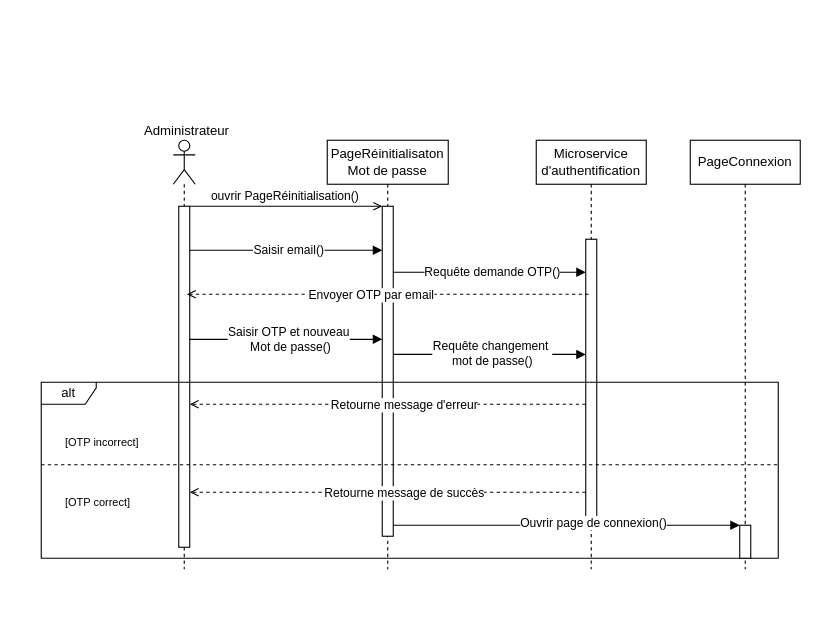
Before: page "DS-2-RECUPERATION MOT DE PASSE" (6 of 7) of Diagramme cas d'utiilisation katina.drawio in kbvac/Diagramme-UML, a draw.io diagram. Source tidied: cells renumbered, new cells numbered last; positions are measured from the earlier drawing's top-left corner, leaving out a move shared by most shapes. Both pictures are drawn from the tidied source at 110%, with x=0, y=0 at pixel (41, 114).
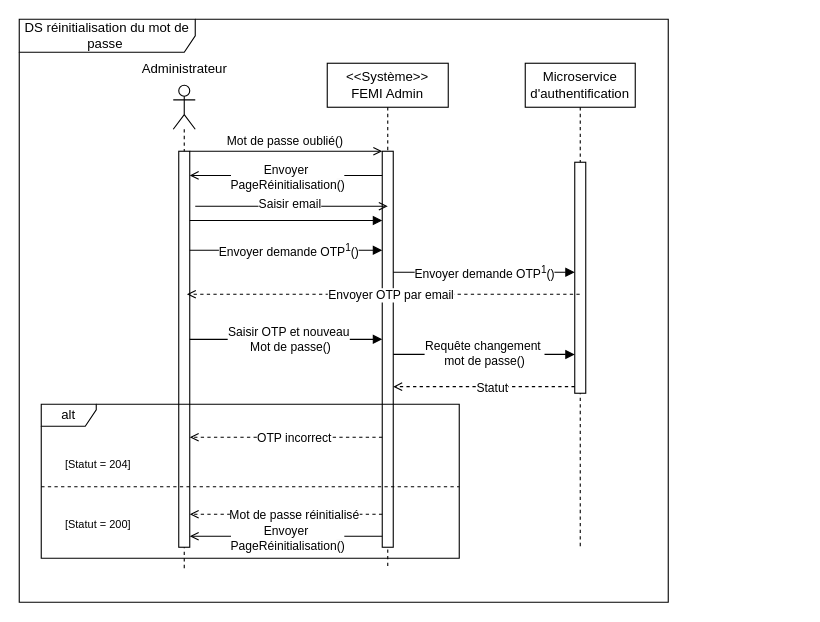
After the change.

What changed in the source:
```diff
@@
-    <mxCell id="2" value="PageRéinitialisaton&lt;br&gt;Mot de passe" style="shape=umlLifeline;perimeter=lifelinePerimeter;whiteSpace=wrap;html=1;newEdgeStyle={&quot;edgeStyle&quot;:&quot;elbowEdgeStyle&quot;,&quot;elbow&quot;:&quot;vertical&quot;,&quot;curved&quot;:0,&quot;rounded&quot;:0};" parent="1" vertex="1">
-      <mxGeometry x="260" y="23" width="110" height="390" as="geometry" />
+    <mxCell id="2" value="&amp;lt;&amp;lt;Système&amp;gt;&amp;gt;&lt;br style=&quot;border-color: var(--border-color);&quot;&gt;FEMI Admin" style="shape=umlLifeline;perimeter=lifelinePerimeter;whiteSpace=wrap;html=1;newEdgeStyle={&quot;edgeStyle&quot;:&quot;elbowEdgeStyle&quot;,&quot;elbow&quot;:&quot;vertical&quot;,&quot;curved&quot;:0,&quot;rounded&quot;:0};" parent="1" vertex="1">
+      <mxGeometry x="260" y="-47" width="110" height="460" as="geometry" />
     </mxCell>
     <mxCell id="3" style="html=1;points=[[0,0,0,0,5],[0,1,0,0,-5],[1,0,0,0,5],[1,1,0,0,-5]];perimeter=orthogonalPerimeter;outlineConnect=0;targetShapes=umlLifeline;portConstraint=eastwest;newEdgeStyle={&quot;curved&quot;:0,&quot;rounded&quot;:0};" parent="2" vertex="1">
-      <mxGeometry x="50" y="60" width="10" height="300" as="geometry" />
+      <mxGeometry x="50" y="80" width="10" height="360" as="geometry" />
     </mxCell>
     <mxCell id="4" style="shape=umlLifeline;perimeter=lifelinePerimeter;whiteSpace=wrap;html=1;newEdgeStyle={&quot;curved&quot;:0,&quot;rounded&quot;:0};participant=umlActor;" parent="1" vertex="1">
-      <mxGeometry x="120" y="23" width="20" height="390" as="geometry" />
+      <mxGeometry x="120" y="-27" width="20" height="440" as="geometry" />
     </mxCell>
     <mxCell id="5" style="html=1;points=[[0,0,0,0,5],[0,1,0,0,-5],[1,0,0,0,5],[1,1,0,0,-5]];perimeter=orthogonalPerimeter;outlineConnect=0;targetShapes=umlLifeline;portConstraint=eastwest;newEdgeStyle={&quot;curved&quot;:0,&quot;rounded&quot;:0};" parent="4" vertex="1">
-      <mxGeometry x="5" y="60" width="10" height="310" as="geometry" />
+      <mxGeometry x="5" y="60" width="10" height="360" as="geometry" />
     </mxCell>
-    <mxCell id="6" value="ouvrir PageRéinitialisation()&amp;nbsp;" style="html=1;verticalAlign=bottom;labelBackgroundColor=none;endArrow=open;endFill=0;rounded=0;" parent="1" edge="1" target="3">
+    <mxCell id="6" value="Mot de passe oublié()&amp;nbsp;" style="html=1;verticalAlign=bottom;labelBackgroundColor=none;endArrow=open;endFill=0;rounded=0;" parent="1" edge="1">
       <mxGeometry relative="1" as="geometry">
-        <mxPoint x="135" y="83" as="sourcePoint" />
+        <mxPoint x="135" y="33" as="sourcePoint" />
+        <mxPoint x="310" y="33" as="targetPoint" />
       </mxGeometry>
     </mxCell>
-    <mxCell id="7" style="html=1;verticalAlign=bottom;labelBackgroundColor=none;endArrow=block;endFill=1;rounded=0;" parent="1" edge="1" source="5" target="3">
+    <mxCell id="7" style="html=1;verticalAlign=bottom;labelBackgroundColor=none;endArrow=block;endFill=1;rounded=0;" parent="1" edge="1">
       <mxGeometry relative="1" as="geometry">
+        <mxPoint x="135" y="96" as="sourcePoint" />
+        <mxPoint x="310" y="96" as="targetPoint" />
         <Array as="points">
-          <mxPoint x="230" y="123" />
-          <mxPoint x="270" y="123" />
+          <mxPoint x="230" y="96" />
+          <mxPoint x="270" y="96" />
         </Array>
       </mxGeometry>
     </mxCell>
-    <mxCell id="8" value="Saisir email()" style="edgeLabel;html=1;align=center;verticalAlign=middle;" parent="7" vertex="1">
-      <mxGeometry x="0.24" y="1" relative="1" as="geometry">
-        <mxPoint x="-20" as="offset" />
-      </mxGeometry>
-    </mxCell>
     <mxCell id="9" value="Microservice d'authentification" style="shape=umlLifeline;perimeter=lifelinePerimeter;whiteSpace=wrap;html=1;outlineConnect=0;portConstraint=eastwest;newEdgeStyle={&quot;edgeStyle&quot;:&quot;elbowEdgeStyle&quot;,&quot;elbow&quot;:&quot;vertical&quot;,&quot;curved&quot;:0,&quot;rounded&quot;:0};" parent="1" vertex="1">
-      <mxGeometry x="450" y="23" width="100" height="390" as="geometry" />
+      <mxGeometry x="440" y="-47" width="100" height="440" as="geometry" />
     </mxCell>
     <mxCell id="10" style="html=1;points=[[0,0,0,0,5],[0,1,0,0,-5],[1,0,0,0,5],[1,1,0,0,-5]];perimeter=orthogonalPerimeter;outlineConnect=0;targetShapes=umlLifeline;portConstraint=eastwest;newEdgeStyle={&quot;curved&quot;:0,&quot;rounded&quot;:0};" parent="9" vertex="1">
-      <mxGeometry x="45" y="90" width="10" height="260" as="geometry" />
+      <mxGeometry x="45" y="90" width="10" height="210" as="geometry" />
     </mxCell>
     <mxCell id="11" value="alt" style="shape=umlFrame;whiteSpace=wrap;html=1;width=50;height=20;" parent="1" vertex="1">
-      <mxGeometry y="243" width="670" height="160" as="geometry" />
+      <mxGeometry y="263" width="380" height="140" as="geometry" />
     </mxCell>
-    <mxCell id="12" value="&lt;font style=&quot;font-size: 10px;&quot;&gt;[OTP incorrect]&lt;/font&gt;" style="text;html=1;" parent="11" vertex="1">
+    <mxCell id="12" value="&lt;font style=&quot;font-size: 10px;&quot;&gt;[Statut = 204]&lt;/font&gt;" style="text;html=1;" parent="11" vertex="1">
       <mxGeometry width="100" height="20" relative="1" as="geometry">
         <mxPoint x="20" y="40" as="offset" />
       </mxGeometry>
     </mxCell>
-    <mxCell id="13" value="&lt;font style=&quot;font-size: 10px;&quot;&gt;[OTP correct]&lt;/font&gt;" style="line;strokeWidth=1;dashed=1;labelPosition=center;verticalLabelPosition=bottom;align=left;verticalAlign=top;spacingLeft=20;spacingTop=15;html=1;whiteSpace=wrap;" parent="11" vertex="1">
-      <mxGeometry y="70" width="670" height="10" as="geometry" />
+    <mxCell id="13" value="&lt;font style=&quot;font-size: 10px;&quot;&gt;[Statut = 200]&lt;/font&gt;" style="line;strokeWidth=1;dashed=1;labelPosition=center;verticalLabelPosition=bottom;align=left;verticalAlign=top;spacingLeft=20;spacingTop=15;html=1;whiteSpace=wrap;" parent="11" vertex="1">
+      <mxGeometry y="70" width="380" height="10" as="geometry" />
     </mxCell>
-    <mxCell id="14" style="html=1;verticalAlign=bottom;labelBackgroundColor=none;endArrow=open;endFill=0;dashed=1;rounded=0;" parent="11" edge="1" source="10">
+    <mxCell id="14" style="html=1;verticalAlign=bottom;labelBackgroundColor=none;endArrow=open;endFill=0;dashed=1;rounded=0;" parent="11" edge="1" source="3">
       <mxGeometry relative="1" as="geometry">
         <mxPoint x="135" y="100" as="targetPoint" />
       </mxGeometry>
     </mxCell>
-    <mxCell id="15" value="Retourne message de succès" style="edgeLabel;html=1;align=center;verticalAlign=middle;" parent="14" vertex="1">
+    <mxCell id="15" value="Mot de passe réinitialisé" style="edgeLabel;html=1;align=center;verticalAlign=middle;" parent="14" vertex="1">
       <mxGeometry x="-0.08" relative="1" as="geometry" />
     </mxCell>
-    <mxCell id="16" style="html=1;verticalAlign=bottom;labelBackgroundColor=none;endArrow=block;endFill=1;rounded=0;" parent="11" edge="1" target="21">
-      <mxGeometry relative="1" as="geometry">
-        <mxPoint x="320" y="130" as="sourcePoint" />
-      </mxGeometry>
-    </mxCell>
-    <mxCell id="17" value="Ouvrir page de connexion()" style="edgeLabel;html=1;align=center;verticalAlign=middle;" parent="16" vertex="1">
-      <mxGeometry x="0.15" y="3" relative="1" as="geometry" />
-    </mxCell>
     <mxCell id="18" style="html=1;verticalAlign=bottom;labelBackgroundColor=none;endArrow=open;endFill=0;dashed=1;rounded=0;" parent="11" edge="1">
       <mxGeometry relative="1" as="geometry">
-        <mxPoint x="495" y="20" as="sourcePoint" />
-        <mxPoint x="135" y="20" as="targetPoint" />
+        <mxPoint x="310" y="30" as="sourcePoint" />
+        <mxPoint x="135" y="30" as="targetPoint" />
         <Array as="points">
-          <mxPoint x="310" y="20" />
+          <mxPoint x="310" y="30" />
         </Array>
       </mxGeometry>
     </mxCell>
-    <mxCell id="19" value="Retourne message d'erreur" style="edgeLabel;html=1;align=center;verticalAlign=middle;" parent="18" vertex="1">
+    <mxCell id="19" value="OTP incorrect" style="edgeLabel;html=1;align=center;verticalAlign=middle;" parent="18" vertex="1">
       <mxGeometry x="-0.08" relative="1" as="geometry" />
     </mxCell>
-    <mxCell id="20" value="PageConnexion" style="shape=umlLifeline;perimeter=lifelinePerimeter;whiteSpace=wrap;html=1;newEdgeStyle={&quot;edgeStyle&quot;:&quot;elbowEdgeStyle&quot;,&quot;elbow&quot;:&quot;vertical&quot;,&quot;curved&quot;:0,&quot;rounded&quot;:0};" parent="1" vertex="1">
-      <mxGeometry x="590" y="23" width="100" height="390" as="geometry" />
-    </mxCell>
-    <mxCell id="21" style="html=1;points=[[0,0,0,0,5],[0,1,0,0,-5],[1,0,0,0,5],[1,1,0,0,-5]];perimeter=orthogonalPerimeter;outlineConnect=0;targetShapes=umlLifeline;portConstraint=eastwest;newEdgeStyle={&quot;curved&quot;:0,&quot;rounded&quot;:0};" parent="20" vertex="1">
-      <mxGeometry x="45" y="350" width="10" height="30" as="geometry" />
-    </mxCell>
-    <mxCell id="22" style="html=1;verticalAlign=bottom;labelBackgroundColor=none;endArrow=block;endFill=1;rounded=0;" parent="1" edge="1" source="3" target="10">
-      <mxGeometry relative="1" as="geometry">
-        <Array as="points">
-          <mxPoint x="415" y="143" />
-          <mxPoint x="455" y="143" />
-        </Array>
-      </mxGeometry>
-    </mxCell>
-    <mxCell id="23" value="Requête demande OTP()" style="edgeLabel;html=1;align=center;verticalAlign=middle;" parent="22" vertex="1">
-      <mxGeometry x="0.24" y="1" relative="1" as="geometry">
-        <mxPoint x="-20" as="offset" />
-      </mxGeometry>
-    </mxCell>
+    <mxCell id="31" style="html=1;verticalAlign=bottom;labelBackgroundColor=none;endArrow=open;endFill=0;rounded=0;" parent="11" edge="1">
+      <mxGeometry x="-0.12" y="5" relative="1" as="geometry">
+        <mxPoint x="310" y="120" as="sourcePoint" />
+        <mxPoint x="135" y="120" as="targetPoint" />
+      </mxGeometry>
+    </mxCell>
+    <mxCell id="32" value="Envoyer&amp;nbsp;&lt;br&gt;PageRéinitialisation&lt;span style=&quot;background-color: rgb(251, 251, 251);&quot;&gt;()&lt;/span&gt;" style="edgeLabel;html=1;align=center;verticalAlign=middle;" parent="31" vertex="1">
+      <mxGeometry x="-0.09" y="1" relative="1" as="geometry">
+        <mxPoint x="-7" as="offset" />
+      </mxGeometry>
+    </mxCell>
-    <mxCell id="24" style="html=1;verticalAlign=bottom;labelBackgroundColor=none;endArrow=open;endFill=0;dashed=1;rounded=0;" parent="1" edge="1">
+    <mxCell id="24" style="html=1;verticalAlign=bottom;labelBackgroundColor=none;endArrow=open;endFill=0;dashed=1;rounded=0;" parent="1" edge="1" source="9">
       <mxGeometry relative="1" as="geometry">
-        <mxPoint x="497.6" y="163" as="sourcePoint" />
         <mxPoint x="132.4" y="163" as="targetPoint" />
       </mxGeometry>
     </mxCell>
     <mxCell id="25" value="Envoyer OTP par email" style="edgeLabel;html=1;align=center;verticalAlign=middle;" parent="24" vertex="1">
       <mxGeometry x="-0.08" relative="1" as="geometry">
-        <mxPoint x="-30" as="offset" />
+        <mxPoint x="-8" as="offset" />
       </mxGeometry>
     </mxCell>
@@
     <mxCell id="30" value="Administrateur" style="text;html=1;align=center;verticalAlign=middle;strokeColor=none;fillColor=none;" parent="1" vertex="1">
-      <mxGeometry x="82" width="100" height="30" as="geometry" />
+      <mxGeometry x="80" y="-57" width="100" height="30" as="geometry" />
     </mxCell>
+    <mxCell id="33" style="html=1;verticalAlign=bottom;labelBackgroundColor=none;endArrow=open;endFill=0;rounded=0;" parent="1" edge="1">
+      <mxGeometry x="-0.12" y="5" relative="1" as="geometry">
+        <mxPoint x="310" y="55" as="sourcePoint" />
+        <mxPoint x="135" y="55" as="targetPoint" />
+      </mxGeometry>
+    </mxCell>
+    <mxCell id="34" value="Envoyer&amp;nbsp;&lt;br&gt;PageRéinitialisation&lt;span style=&quot;background-color: rgb(251, 251, 251);&quot;&gt;()&lt;/span&gt;" style="edgeLabel;html=1;align=center;verticalAlign=middle;" parent="33" vertex="1">
+      <mxGeometry x="-0.09" y="1" relative="1" as="geometry">
+        <mxPoint x="-7" as="offset" />
+      </mxGeometry>
+    </mxCell>
+    <mxCell id="35" style="html=1;verticalAlign=bottom;labelBackgroundColor=none;endArrow=block;endFill=1;rounded=0;" parent="1" edge="1" source="5" target="3">
+      <mxGeometry relative="1" as="geometry">
+        <Array as="points">
+          <mxPoint x="235" y="123" />
+          <mxPoint x="275" y="123" />
+        </Array>
+      </mxGeometry>
+    </mxCell>
+    <mxCell id="36" value="Envoyer demande OTP&lt;sup&gt;1&lt;/sup&gt;()" style="edgeLabel;html=1;align=center;verticalAlign=middle;" parent="35" vertex="1">
+      <mxGeometry x="0.24" y="1" relative="1" as="geometry">
+        <mxPoint x="-20" as="offset" />
+      </mxGeometry>
+    </mxCell>
+    <mxCell id="37" style="html=1;verticalAlign=bottom;labelBackgroundColor=none;endArrow=open;endFill=0;rounded=0;" parent="1" edge="1">
+      <mxGeometry relative="1" as="geometry">
+        <mxPoint x="140" y="83" as="sourcePoint" />
+        <mxPoint x="315" y="83" as="targetPoint" />
+      </mxGeometry>
+    </mxCell>
+    <mxCell id="38" value="Saisir email" style="edgeLabel;html=1;align=center;verticalAlign=middle;" parent="37" vertex="1">
+      <mxGeometry x="-0.03" y="3" relative="1" as="geometry" />
+    </mxCell>
+    <mxCell id="39" style="html=1;verticalAlign=bottom;labelBackgroundColor=none;endArrow=block;endFill=1;rounded=0;" parent="1" edge="1" target="10">
+      <mxGeometry relative="1" as="geometry">
+        <mxPoint x="320" y="143" as="sourcePoint" />
+        <Array as="points">
+          <mxPoint x="420" y="143" />
+          <mxPoint x="460" y="143" />
+        </Array>
+      </mxGeometry>
+    </mxCell>
+    <mxCell id="40" value="Envoyer demande OTP&lt;sup&gt;1&lt;/sup&gt;()" style="edgeLabel;html=1;align=center;verticalAlign=middle;" parent="39" vertex="1">
+      <mxGeometry x="0.24" y="1" relative="1" as="geometry">
+        <mxPoint x="-20" as="offset" />
+      </mxGeometry>
+    </mxCell>
+    <mxCell id="41" style="html=1;verticalAlign=bottom;labelBackgroundColor=none;endArrow=open;endFill=0;dashed=1;rounded=0;" parent="1" edge="1" target="3">
+      <mxGeometry relative="1" as="geometry">
+        <mxPoint x="485" y="247" as="sourcePoint" />
+      </mxGeometry>
+    </mxCell>
+    <mxCell id="42" value="Statut" style="edgeLabel;html=1;align=center;verticalAlign=middle;" parent="41" vertex="1">
+      <mxGeometry x="-0.08" relative="1" as="geometry" />
+    </mxCell>
+    <mxCell id="43" value="DS réinitialisation du mot de passe&amp;nbsp;" style="shape=umlFrame;whiteSpace=wrap;html=1;width=160;" parent="1" vertex="1">
+      <mxGeometry x="-20" y="-87" width="590" height="530" as="geometry" />
+    </mxCell>
```
